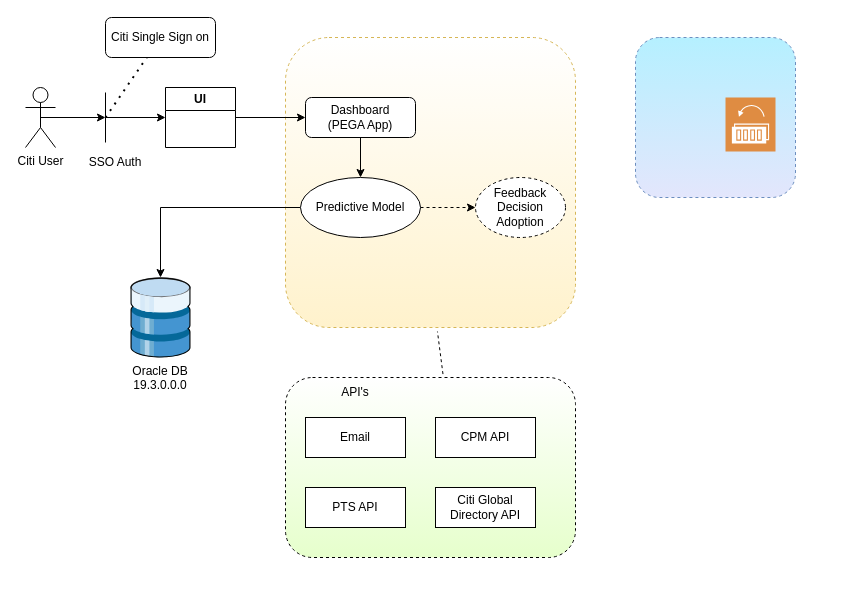
Above: public/Untitled Diagram.drawio in boddu-mounika/form-data (draw.io), before the change. Source tidied: cells renumbered, new cells numbered last; positions are measured from the earlier drawing's top-left corner, leaving out a move shared by most shapes. Both pictures are drawn from the tidied source at 100%, with x=0, y=0 at pixel (25, 17).
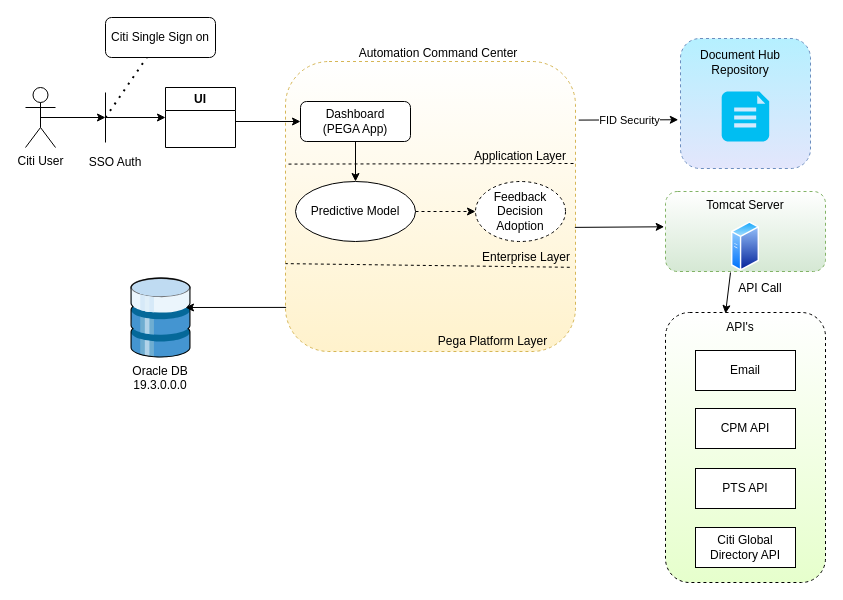
After the change.

Unchanged cells that the change refers to:
```xml
<mxCell id="9" value="UI" style="swimlane;whiteSpace=wrap;html=1;" parent="1" vertex="1">
  <mxGeometry x="140" y="70" width="70" height="60" as="geometry" />
</mxCell>
<mxCell id="26" value="Oracle DB 19.3.0.0.0" style="shape=mxgraph.veeam.3d.medium_datastore;whiteSpace=wrap;html=1;boundedLbl=1;backgroundOutline=1;size=15;sketch=0;shadow=0;dashed=0;labelPosition=center;verticalLabelPosition=bottom;verticalAlign=top;outlineConnect=0;" parent="1" vertex="1">
  <mxGeometry x="105" y="260" width="60" height="80" as="geometry" />
</mxCell>
```

What changed in the source:
```diff
@@
     <mxCell id="11" style="whiteSpace=wrap;html=1;rounded=1;dashed=1;fillColor=#fff2cc;strokeColor=#d6b656;gradientColor=#ffffff;gradientDirection=north;" parent="1" vertex="1">
-      <mxGeometry x="260" y="20" width="290" height="290" as="geometry" />
+      <mxGeometry x="260" y="44" width="290" height="290" as="geometry" />
     </mxCell>
@@
     <mxCell id="13" value="Dashboard&lt;div&gt;(PEGA App)&lt;/div&gt;" style="rounded=1;whiteSpace=wrap;html=1;" parent="1" vertex="1">
-      <mxGeometry x="280" y="80" width="110" height="40" as="geometry" />
+      <mxGeometry x="275" y="84" width="110" height="40" as="geometry" />
     </mxCell>
-    <mxCell id="14" style="endArrow=classic;html=1;rounded=0;entryX=0;entryY=0.5;entryDx=0;entryDy=0;exitX=1;exitY=0.5;exitDx=0;exitDy=0;" parent="1" edge="1" source="9" target="13">
-      <mxGeometry relative="1" as="geometry" />
+    <mxCell id="14" style="endArrow=classic;html=1;rounded=0;entryX=0;entryY=0.5;entryDx=0;entryDy=0;" parent="1" edge="1" target="13">
+      <mxGeometry relative="1" as="geometry">
+        <mxPoint x="210" y="104" as="sourcePoint" />
+      </mxGeometry>
     </mxCell>
     <mxCell id="15" value="Feedback Decision Adoption" style="ellipse;whiteSpace=wrap;html=1;dashed=1;" parent="1" vertex="1">
-      <mxGeometry x="450" y="160" width="90" height="60" as="geometry" />
+      <mxGeometry x="450" y="164" width="90" height="60" as="geometry" />
     </mxCell>
@@
-    <mxCell id="17" style="edgeStyle=orthogonalEdgeStyle;rounded=0;jettySize=auto;html=1;" parent="1" edge="1" source="18" target="26">
-      <mxGeometry relative="1" as="geometry" />
-    </mxCell>
     <mxCell id="18" value="Predictive Model" style="ellipse;whiteSpace=wrap;html=1;" parent="1" vertex="1">
-      <mxGeometry x="275" y="160" width="120" height="60" as="geometry" />
+      <mxGeometry x="270" y="164" width="120" height="60" as="geometry" />
     </mxCell>
     <mxCell id="19" style="rounded=1;whiteSpace=wrap;html=1;dashed=1;gradientColor=#E6FFCC;" parent="1" vertex="1">
-      <mxGeometry x="260" y="360" width="290" height="180" as="geometry" />
+      <mxGeometry x="640" y="295" width="160" height="270" as="geometry" />
     </mxCell>
     <mxCell id="20" value="API's" style="text;html=1;align=center;verticalAlign=middle;whiteSpace=wrap;rounded=0;" parent="1" vertex="1">
-      <mxGeometry x="270" y="360" width="120" height="30" as="geometry" />
+      <mxGeometry x="655" y="295" width="120" height="30" as="geometry" />
     </mxCell>
     <mxCell id="21" value="Email" style="rounded=0;whiteSpace=wrap;html=1;" parent="1" vertex="1">
-      <mxGeometry x="280" y="400" width="100" height="40" as="geometry" />
+      <mxGeometry x="670" y="333" width="100" height="40" as="geometry" />
     </mxCell>
     <mxCell id="22" value="CPM API" style="rounded=0;whiteSpace=wrap;html=1;" parent="1" vertex="1">
-      <mxGeometry x="410" y="400" width="100" height="40" as="geometry" />
+      <mxGeometry x="670" y="391" width="100" height="40" as="geometry" />
     </mxCell>
     <mxCell id="23" value="PTS API" style="rounded=0;whiteSpace=wrap;html=1;" parent="1" vertex="1">
-      <mxGeometry x="280" y="470" width="100" height="40" as="geometry" />
+      <mxGeometry x="670" y="451" width="100" height="40" as="geometry" />
     </mxCell>
     <mxCell id="24" value="Citi Global Directory API" style="rounded=0;whiteSpace=wrap;html=1;" parent="1" vertex="1">
-      <mxGeometry x="410" y="470" width="100" height="40" as="geometry" />
+      <mxGeometry x="670" y="510" width="100" height="40" as="geometry" />
     </mxCell>
-    <mxCell id="25" style="endArrow=none;dashed=1;html=1;rounded=0;exitX=0.543;exitY=-0.019;exitDx=0;exitDy=0;exitPerimeter=0;entryX=0.524;entryY=1.014;entryDx=0;entryDy=0;entryPerimeter=0;" parent="1" edge="1" source="19" target="11">
-      <mxGeometry relative="1" as="geometry" />
-    </mxCell>
@@
     <mxCell id="27" style="whiteSpace=wrap;html=1;rounded=1;dashed=1;fillColor=#E3E6FC;strokeColor=#6c8ebf;gradientDirection=north;gradientColor=#B5F0FF;" parent="1" vertex="1">
-      <mxGeometry x="610" y="20" width="160" height="160" as="geometry" />
+      <mxGeometry x="655" y="21" width="130" height="130" as="geometry" />
     </mxCell>
-    <mxCell id="28" style="sketch=0;shadow=0;dashed=0;html=1;strokeColor=none;fillColor=#DF8C42;labelPosition=center;verticalLabelPosition=bottom;verticalAlign=top;align=center;shape=mxgraph.veeam2.backup_from_storage_snapshots;" parent="1" vertex="1">
-      <mxGeometry x="700" y="80" width="50" height="54" as="geometry" />
-    </mxCell>
+    <mxCell id="29" style="verticalLabelPosition=bottom;html=1;verticalAlign=top;align=center;strokeColor=none;fillColor=#00BEF2;shape=mxgraph.azure.file_2;" parent="1" vertex="1">
+      <mxGeometry x="696.2" y="74" width="47.5" height="50" as="geometry" />
+    </mxCell>
+    <mxCell id="30" value="Document Hub Repository" style="text;html=1;align=center;verticalAlign=middle;whiteSpace=wrap;rounded=0;" parent="1" vertex="1">
+      <mxGeometry x="650" y="30" width="130" height="30" as="geometry" />
+    </mxCell>
+    <mxCell id="31" style="endArrow=classic;html=1;rounded=0;entryX=-0.017;entryY=0.625;entryDx=0;entryDy=0;entryPerimeter=0;exitX=1.011;exitY=0.202;exitDx=0;exitDy=0;exitPerimeter=0;" parent="1" edge="1" source="11" target="27">
+      <mxGeometry relative="1" as="geometry" />
+    </mxCell>
+    <mxCell id="32" value="FID Security" style="edgeLabel;html=1;align=center;verticalAlign=middle;" parent="31" vertex="1">
+      <mxGeometry relative="1" as="geometry" />
+    </mxCell>
+    <mxCell id="33" value="Automation Command Center" style="text;html=1;align=center;verticalAlign=middle;whiteSpace=wrap;rounded=0;" parent="1" vertex="1">
+      <mxGeometry x="323" y="21" width="180" height="30" as="geometry" />
+    </mxCell>
+    <mxCell id="34" style="endArrow=none;dashed=1;html=1;rounded=0;exitX=0.993;exitY=0.347;exitDx=0;exitDy=0;exitPerimeter=0;entryX=0.005;entryY=0.349;entryDx=0;entryDy=0;entryPerimeter=0;" parent="1" edge="1">
+      <mxGeometry relative="1" as="geometry">
+        <mxPoint x="548" y="146" as="sourcePoint" />
+        <mxPoint x="261.5" y="146.6" as="targetPoint" />
+      </mxGeometry>
+    </mxCell>
+    <mxCell id="35" style="endArrow=none;dashed=1;html=1;rounded=0;entryX=0;entryY=0.697;entryDx=0;entryDy=0;entryPerimeter=0;exitX=0.993;exitY=0.692;exitDx=0;exitDy=0;exitPerimeter=0;" parent="1" edge="1" target="11">
+      <mxGeometry relative="1" as="geometry">
+        <mxPoint x="544.3" y="249.8" as="sourcePoint" />
+      </mxGeometry>
+    </mxCell>
+    <mxCell id="36" value="Application Layer" style="text;html=1;align=center;verticalAlign=middle;whiteSpace=wrap;rounded=0;" parent="1" vertex="1">
+      <mxGeometry x="440" y="124" width="110" height="30" as="geometry" />
+    </mxCell>
+    <mxCell id="37" value="Enterprise Layer" style="text;html=1;align=center;verticalAlign=middle;whiteSpace=wrap;rounded=0;" parent="1" vertex="1">
+      <mxGeometry x="451" y="225" width="100" height="30" as="geometry" />
+    </mxCell>
+    <mxCell id="38" value="Pega Platform Layer" style="text;html=1;align=center;verticalAlign=middle;whiteSpace=wrap;rounded=0;" parent="1" vertex="1">
+      <mxGeometry x="410" y="309" width="115" height="30" as="geometry" />
+    </mxCell>
+    <mxCell id="39" style="endArrow=classic;html=1;rounded=0;entryX=-0.008;entryY=0.654;entryDx=0;entryDy=0;entryPerimeter=0;exitX=0.998;exitY=0.572;exitDx=0;exitDy=0;exitPerimeter=0;" parent="1" edge="1" source="11">
+      <mxGeometry relative="1" as="geometry">
+        <mxPoint x="638.7" y="209.3" as="targetPoint" />
+      </mxGeometry>
+    </mxCell>
+    <mxCell id="40" style="endArrow=classic;html=1;rounded=0;exitX=0.002;exitY=0.848;exitDx=0;exitDy=0;exitPerimeter=0;" parent="1" edge="1" source="11">
+      <mxGeometry relative="1" as="geometry">
+        <mxPoint x="160" y="290" as="targetPoint" />
+      </mxGeometry>
+    </mxCell>
+    <mxCell id="41" style="rounded=1;whiteSpace=wrap;html=1;dashed=1;fillColor=#d5e8d4;strokeColor=#82b366;gradientColor=#FFFFFF;gradientDirection=north;" parent="1" vertex="1">
+      <mxGeometry x="640" y="174" width="160" height="80" as="geometry" />
+    </mxCell>
+    <mxCell id="42" style="image;perimeter=ellipsePerimeter;html=1;align=center;shadow=0;dashed=0;spacingTop=3;image=img/lib/active_directory/generic_server.svg;" parent="1" vertex="1">
+      <mxGeometry x="706" y="204" width="28" height="50" as="geometry" />
+    </mxCell>
+    <mxCell id="43" value="Tomcat Server" style="text;html=1;align=center;verticalAlign=middle;whiteSpace=wrap;rounded=0;" parent="1" vertex="1">
+      <mxGeometry x="675" y="173" width="90" height="30" as="geometry" />
+    </mxCell>
+    <mxCell id="44" style="endArrow=classic;html=1;rounded=0;exitX=0.5;exitY=1;exitDx=0;exitDy=0;entryX=0.5;entryY=0;entryDx=0;entryDy=0;" parent="1" edge="1">
+      <mxGeometry relative="1" as="geometry">
+        <mxPoint x="705" y="255" as="sourcePoint" />
+        <mxPoint x="700" y="296" as="targetPoint" />
+      </mxGeometry>
+    </mxCell>
+    <mxCell id="45" value="API Call" style="text;html=1;align=center;verticalAlign=middle;whiteSpace=wrap;rounded=0;" parent="1" vertex="1">
+      <mxGeometry x="705" y="256" width="60" height="30" as="geometry" />
+    </mxCell>
```
